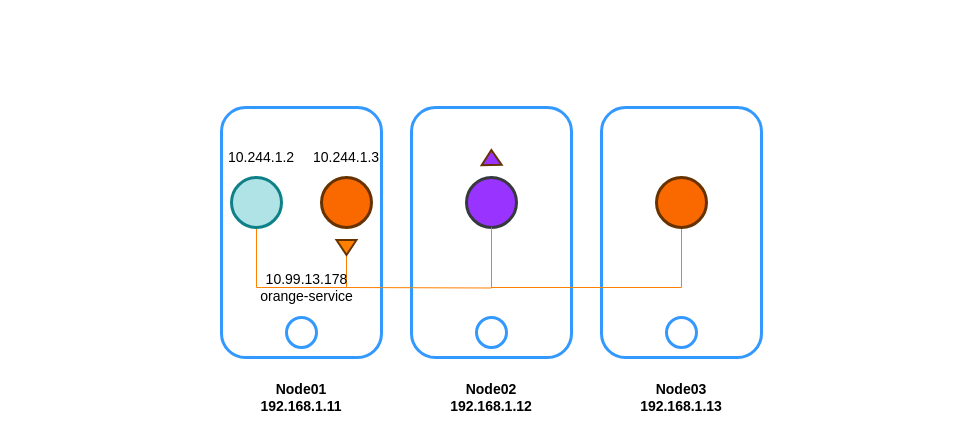
Above: page "service-networking" (5 of 5) of assets/networking.drawio in aditya109/journey-CKA (draw.io), before the change. Source tidied: cells renumbered, new cells numbered last; positions are measured from the earlier drawing's top-left corner, leaving out a move shared by most shapes. Both pictures are drawn from the tidied source at 100%, with x=0, y=0 at pixel (221, 107).
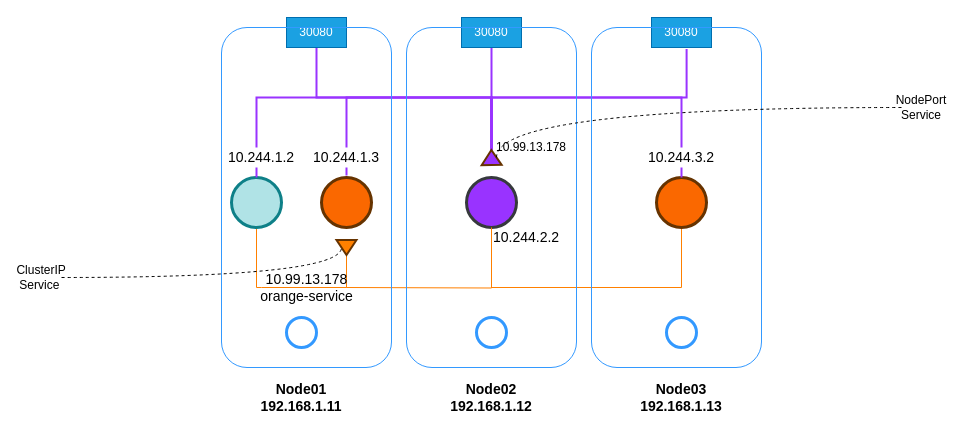
Above is the later version.

Commit message (it also covers changes not shown here):
refreshing assets;

The change refers to these unchanged cells:
```xml
<mxCell id="13" style="ellipse;whiteSpace=wrap;html=1;fontSize=14;strokeColor=#663300;strokeWidth=3;fillColor=#fa6800;fontColor=#000000;" parent="1" vertex="1">
  <mxGeometry x="435" y="70" width="50" height="50" as="geometry" />
</mxCell>
<mxCell id="16" style="ellipse;whiteSpace=wrap;html=1;fontSize=14;strokeColor=#0e8088;strokeWidth=3;fillColor=#b0e3e6;" parent="1" vertex="1">
  <mxGeometry x="10" y="70" width="50" height="50" as="geometry" />
</mxCell>
<mxCell id="20" style="triangle;whiteSpace=wrap;html=1;fontSize=14;strokeColor=#663300;strokeWidth=2;fillColor=#FF8000;rotation=90;" parent="1" vertex="1">
  <mxGeometry x="117.5" y="130" width="15" height="20" as="geometry" />
</mxCell>
```

Change to the diagram source:
```diff
@@
-    <mxCell id="2" style="rounded=1;whiteSpace=wrap;html=1;strokeColor=#3399FF;strokeWidth=3;" parent="1" vertex="1">
-      <mxGeometry width="160" height="250" as="geometry" />
-    </mxCell>
-    <mxCell id="3" style="rounded=1;whiteSpace=wrap;html=1;strokeColor=#3399FF;strokeWidth=3;" parent="1" vertex="1">
-      <mxGeometry x="380" width="160" height="250" as="geometry" />
-    </mxCell>
-    <mxCell id="4" style="rounded=1;whiteSpace=wrap;html=1;strokeColor=#3399FF;strokeWidth=3;" parent="1" vertex="1">
-      <mxGeometry x="190" width="160" height="250" as="geometry" />
-    </mxCell>
@@
+    <mxCell id="23" value="10.99.13.178&lt;br&gt;orange-service" style="text;html=1;strokeColor=none;fillColor=none;align=center;verticalAlign=middle;whiteSpace=wrap;rounded=0;fontSize=14;" parent="1" vertex="1">
+      <mxGeometry x="37.5" y="170" width="95" height="20" as="geometry" />
+    </mxCell>
+    <mxCell id="25" style="rounded=0;jettySize=auto;html=1;entryX=0.5;entryY=0;entryDx=0;entryDy=0;edgeStyle=orthogonalEdgeStyle;endArrow=none;endFill=0;strokeWidth=2;strokeColor=#9933FF;" parent="1" edge="1" source="24" target="16">
+      <mxGeometry relative="1" as="geometry">
+        <Array as="points">
+          <mxPoint x="270" y="-10" />
+          <mxPoint x="35" y="-10" />
+        </Array>
+      </mxGeometry>
+    </mxCell>
+    <mxCell id="26" style="edgeStyle=orthogonalEdgeStyle;rounded=0;jettySize=auto;html=1;endArrow=none;endFill=0;strokeColor=#9933FF;strokeWidth=2;" parent="1" edge="1" source="24" target="13">
+      <mxGeometry relative="1" as="geometry">
+        <Array as="points">
+          <mxPoint x="270" y="-10" />
+          <mxPoint x="460" y="-10" />
+        </Array>
+      </mxGeometry>
+    </mxCell>
+    <mxCell id="27" style="edgeStyle=orthogonalEdgeStyle;rounded=0;jettySize=auto;html=1;endArrow=none;endFill=0;strokeColor=#9933FF;strokeWidth=2;" parent="1" edge="1" source="24">
+      <mxGeometry relative="1" as="geometry">
+        <mxPoint x="125" y="68" as="targetPoint" />
+        <Array as="points">
+          <mxPoint x="270" y="-10" />
+          <mxPoint x="125" y="-10" />
+          <mxPoint x="125" y="68" />
+        </Array>
+      </mxGeometry>
+    </mxCell>
+    <mxCell id="28" style="edgeStyle=orthogonalEdgeStyle;rounded=0;jettySize=auto;html=1;entryX=0.5;entryY=1;entryDx=0;entryDy=0;endArrow=none;endFill=0;strokeColor=#9933FF;strokeWidth=2;" parent="1" edge="1" source="24" target="36">
+      <mxGeometry relative="1" as="geometry">
+        <Array as="points">
+          <mxPoint x="270" y="-10" />
+          <mxPoint x="95" y="-10" />
+        </Array>
+      </mxGeometry>
+    </mxCell>
+    <mxCell id="29" style="edgeStyle=orthogonalEdgeStyle;rounded=0;jettySize=auto;html=1;entryX=0.5;entryY=1;entryDx=0;entryDy=0;endArrow=none;endFill=0;strokeColor=#9933FF;strokeWidth=2;" parent="1" edge="1" source="24" target="37">
+      <mxGeometry relative="1" as="geometry" />
+    </mxCell>
+    <mxCell id="30" style="edgeStyle=orthogonalEdgeStyle;rounded=0;jettySize=auto;html=1;entryX=0.585;entryY=1.051;entryDx=0;entryDy=0;entryPerimeter=0;endArrow=none;endFill=0;strokeColor=#9933FF;strokeWidth=2;" parent="1" edge="1" source="24" target="38">
+      <mxGeometry relative="1" as="geometry">
+        <Array as="points">
+          <mxPoint x="270" y="-10" />
+          <mxPoint x="465" y="-10" />
+        </Array>
+      </mxGeometry>
+    </mxCell>
+    <mxCell id="24" style="triangle;whiteSpace=wrap;html=1;fontSize=14;strokeColor=#663300;strokeWidth=2;fillColor=#9933FF;rotation=-91;" parent="1" vertex="1">
+      <mxGeometry x="262.5" y="40" width="15" height="20" as="geometry" />
+    </mxCell>
+    <mxCell id="31" style="edgeStyle=orthogonalEdgeStyle;rounded=0;jettySize=auto;html=1;entryX=0.5;entryY=1;entryDx=0;entryDy=0;dashed=1;curved=1;endArrow=none;endFill=0;" parent="1" edge="1" source="32" target="20">
+      <mxGeometry relative="1" as="geometry" />
+    </mxCell>
+    <mxCell id="32" value="ClusterIP Service&amp;nbsp;" style="text;html=1;strokeColor=none;fillColor=none;align=center;verticalAlign=middle;whiteSpace=wrap;rounded=0;" parent="1" vertex="1">
+      <mxGeometry x="-200" y="160" width="40" height="20" as="geometry" />
+    </mxCell>
+    <mxCell id="33" value="10.99.13.178" style="text;html=1;strokeColor=none;fillColor=none;align=center;verticalAlign=middle;whiteSpace=wrap;rounded=0;" parent="1" vertex="1">
+      <mxGeometry x="290" y="30" width="40" height="20" as="geometry" />
+    </mxCell>
+    <mxCell id="34" value="10.244.2.2" style="text;html=1;strokeColor=none;fillColor=none;align=center;verticalAlign=middle;whiteSpace=wrap;rounded=0;fontSize=14;" parent="1" vertex="1">
+      <mxGeometry x="285" y="120" width="40" height="20" as="geometry" />
+    </mxCell>
-    <mxCell id="21" value="10.244.1.3" style="text;html=1;strokeColor=none;fillColor=none;align=center;verticalAlign=middle;whiteSpace=wrap;rounded=0;fontSize=14;" parent="1" vertex="1">
+    <mxCell id="21" value="10.244.1.3" style="text;html=1;strokeColor=none;fillColor=#FFFFFF;align=center;verticalAlign=middle;whiteSpace=wrap;rounded=0;fontSize=14;" parent="1" vertex="1">
       <mxGeometry x="105" y="40" width="40" height="20" as="geometry" />
     </mxCell>
-    <mxCell id="22" value="10.244.1.2" style="text;html=1;strokeColor=none;fillColor=none;align=center;verticalAlign=middle;whiteSpace=wrap;rounded=0;fontSize=14;" parent="1" vertex="1">
+    <mxCell id="22" value="10.244.1.2" style="text;html=1;strokeColor=none;fillColor=default;align=center;verticalAlign=middle;whiteSpace=wrap;rounded=0;fontSize=14;" parent="1" vertex="1">
       <mxGeometry x="20" y="40" width="40" height="20" as="geometry" />
     </mxCell>
-    <mxCell id="23" value="10.99.13.178&lt;br&gt;orange-service" style="text;html=1;strokeColor=none;fillColor=none;align=center;verticalAlign=middle;whiteSpace=wrap;rounded=0;fontSize=14;" parent="1" vertex="1">
-      <mxGeometry x="37.5" y="170" width="95" height="20" as="geometry" />
-    </mxCell>
-    <mxCell id="24" style="triangle;whiteSpace=wrap;html=1;fontSize=14;strokeColor=#663300;strokeWidth=2;fillColor=#9933FF;rotation=-91;" parent="1" vertex="1">
-      <mxGeometry x="262.5" y="40" width="15" height="20" as="geometry" />
-    </mxCell>
+    <mxCell id="35" value="10.244.3.2" style="text;html=1;strokeColor=none;fillColor=default;align=center;verticalAlign=middle;whiteSpace=wrap;rounded=0;fontSize=14;" parent="1" vertex="1">
+      <mxGeometry x="440" y="40" width="40" height="20" as="geometry" />
+    </mxCell>
+    <mxCell id="36" value="30080" style="rounded=0;whiteSpace=wrap;html=1;fillColor=#1ba1e2;strokeColor=#006EAF;fontColor=#ffffff;" parent="1" vertex="1">
+      <mxGeometry x="65" y="-90" width="60" height="30" as="geometry" />
+    </mxCell>
+    <mxCell id="37" value="30080" style="rounded=0;whiteSpace=wrap;html=1;fillColor=#1ba1e2;strokeColor=#006EAF;fontColor=#ffffff;" parent="1" vertex="1">
+      <mxGeometry x="240" y="-90" width="60" height="30" as="geometry" />
+    </mxCell>
+    <mxCell id="38" value="30080" style="rounded=0;whiteSpace=wrap;html=1;fillColor=#1ba1e2;strokeColor=#006EAF;fontColor=#ffffff;" parent="1" vertex="1">
+      <mxGeometry x="430" y="-90" width="60" height="30" as="geometry" />
+    </mxCell>
+    <mxCell id="39" style="rounded=1;whiteSpace=wrap;html=1;fillColor=none;strokeColor=#3399FF;" parent="1" vertex="1">
+      <mxGeometry y="-80" width="170" height="340" as="geometry" />
+    </mxCell>
+    <mxCell id="40" style="rounded=1;whiteSpace=wrap;html=1;fillColor=none;strokeColor=#3399FF;" parent="1" vertex="1">
+      <mxGeometry x="185" y="-80" width="170" height="340" as="geometry" />
+    </mxCell>
+    <mxCell id="41" style="rounded=1;whiteSpace=wrap;html=1;fillColor=none;strokeColor=#3399FF;" parent="1" vertex="1">
+      <mxGeometry x="370" y="-80" width="170" height="340" as="geometry" />
+    </mxCell>
+    <mxCell id="42" style="edgeStyle=orthogonalEdgeStyle;rounded=0;jettySize=auto;html=1;entryX=0.5;entryY=1;entryDx=0;entryDy=0;endArrow=none;endFill=0;strokeColor=#000000;strokeWidth=1;curved=1;dashed=1;" parent="1" edge="1" source="43" target="24">
+      <mxGeometry relative="1" as="geometry" />
+    </mxCell>
+    <mxCell id="43" value="NodePort Service" style="text;html=1;strokeColor=none;fillColor=none;align=center;verticalAlign=middle;whiteSpace=wrap;rounded=0;" parent="1" vertex="1">
+      <mxGeometry x="680" y="-10" width="40" height="20" as="geometry" />
+    </mxCell>
```
